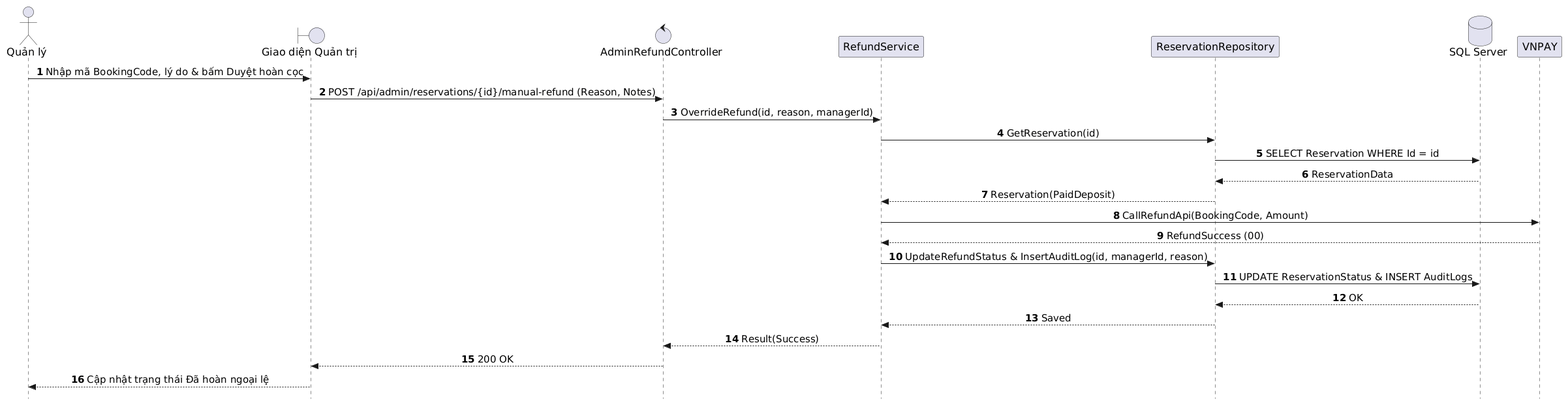
Before: out/docs/puml/sequences/SD_UC_A3_Manual_Refund_Approval/SD_UC_A3_Manual_Refund_Approval.png, a diagram exported from PlantUML (AndrewQng/VinDining).
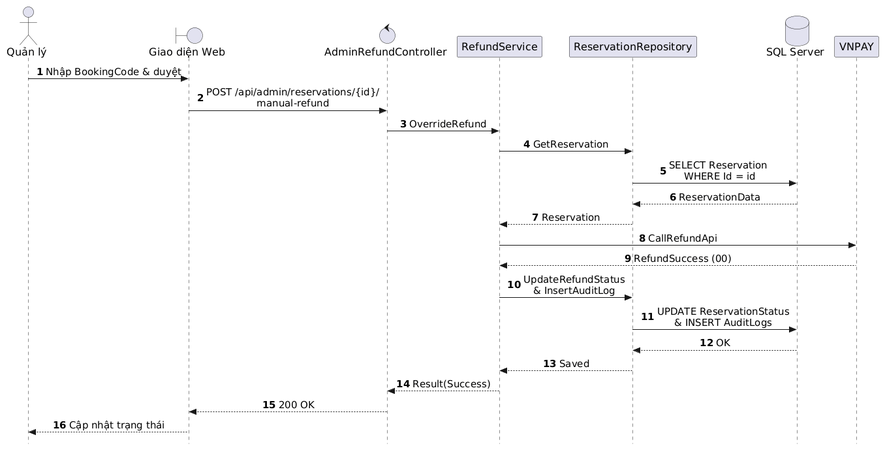
The same file after the commit.

The edit, as a diff of the source:
```diff
@@ -12,27 +12,27 @@
 skinparam sequenceGroupHeaderFontSize 15
 
 actor "Quản lý" as Manager
-boundary "Giao diện Quản trị" as UI
+boundary "Giao diện Web" as UI
 control "AdminRefundController" as Controller
 participant "RefundService" as Service
 participant "ReservationRepository" as Repo
 database "SQL Server" as DB
 participant "VNPAY" as VNPAY
 
-Manager -> UI: Nhập mã BookingCode, lý do & bấm Duyệt hoàn cọc
-UI -> Controller: POST /api/admin/reservations/{id}/manual-refund (Reason, Notes)
-Controller -> Service: OverrideRefund(id, reason, managerId)
-Service -> Repo: GetReservation(id)
-Repo -> DB: SELECT Reservation WHERE Id = id
+Manager -> UI: Nhập BookingCode & duyệt
+UI -> Controller: POST /api/admin/reservations/{id}/\nmanual-refund
+Controller -> Service: OverrideRefund
+Service -> Repo: GetReservation
+Repo -> DB: SELECT Reservation \nWHERE Id = id
 DB --> Repo: ReservationData
-Repo --> Service: Reservation(PaidDeposit)
-Service -> VNPAY: CallRefundApi(BookingCode, Amount)
+Repo --> Service: Reservation
+Service -> VNPAY: CallRefundApi
 VNPAY --> Service: RefundSuccess (00)
-Service -> Repo: UpdateRefundStatus & InsertAuditLog(id, managerId, reason)
-Repo -> DB: UPDATE ReservationStatus & INSERT AuditLogs
+Service -> Repo: UpdateRefundStatus\n& InsertAuditLog
+Repo -> DB: UPDATE ReservationStatus\n& INSERT AuditLogs
 DB --> Repo: OK
 Repo --> Service: Saved
 Service --> Controller: Result(Success)
 Controller --> UI: 200 OK
-UI --> Manager: Cập nhật trạng thái Đã hoàn ngoại lệ
+UI --> Manager: Cập nhật trạng thái
 @enduml
```
